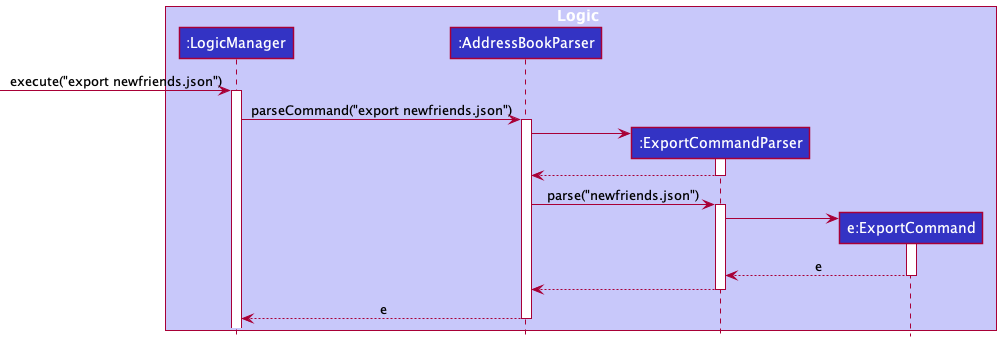
This is docs/images/ExportSequenceDiagramStep1.png from nus-cs2103-AY2122S1/tp, a PlantUML export, as it was before one commit.
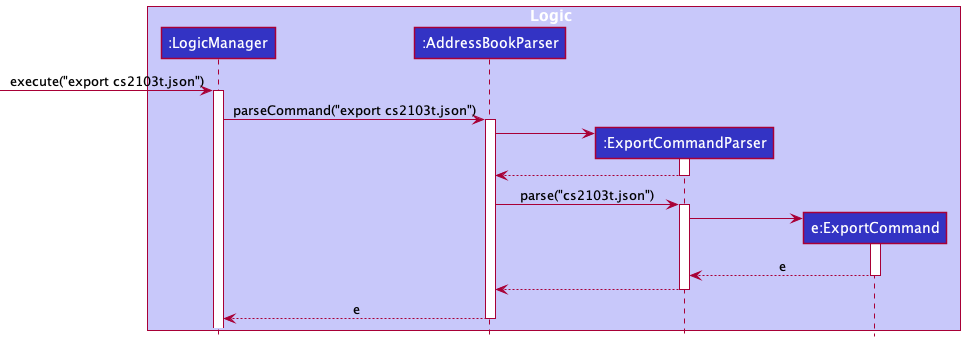
After the change.

Diff of the diagram source:
```diff
@@ -8,10 +8,10 @@
 participant "e:ExportCommand" as ExportCommand LOGIC_COLOR
 end box
 
-[-> LogicManager : execute("export newfriends.json")
+[-> LogicManager : execute("export cs2103t.json")
 activate LogicManager
 
-LogicManager -> AddressBookParser : parseCommand("export newfriends.json")
+LogicManager -> AddressBookParser : parseCommand("export cs2103t.json")
 activate AddressBookParser
 
 create ExportCommandParser
@@ -21,7 +21,7 @@
 ExportCommandParser --> AddressBookParser
 deactivate ExportCommandParser
 
-AddressBookParser -> ExportCommandParser : parse("newfriends.json")
+AddressBookParser -> ExportCommandParser : parse("cs2103t.json")
 activate ExportCommandParser
 
 create ExportCommand
@@ -37,5 +37,4 @@
 AddressBookParser --> LogicManager : e
 deactivate AddressBookParser
 
-
 @enduml
```
